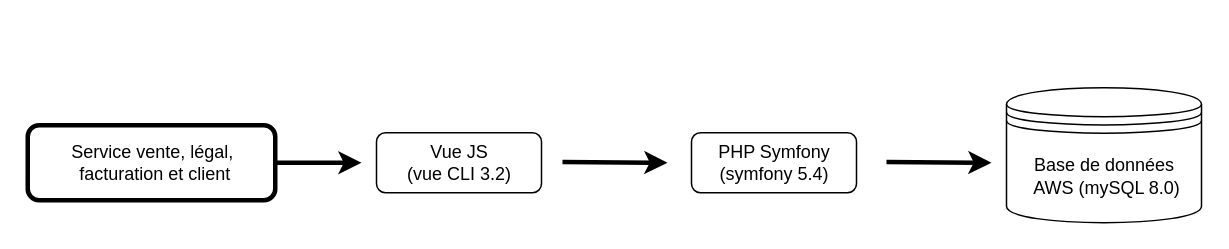
cjour/audit_logistics keeps this draw.io diagram as Copie de LAEDiagram.drawio. Above is the earlier version. Source tidied: cells renumbered, new cells numbered last; positions are measured from the earlier drawing's top-left corner, leaving out a move shared by most shapes. Both pictures are drawn from the tidied source at 150%, with x=0, y=0 at pixel (27, 87).
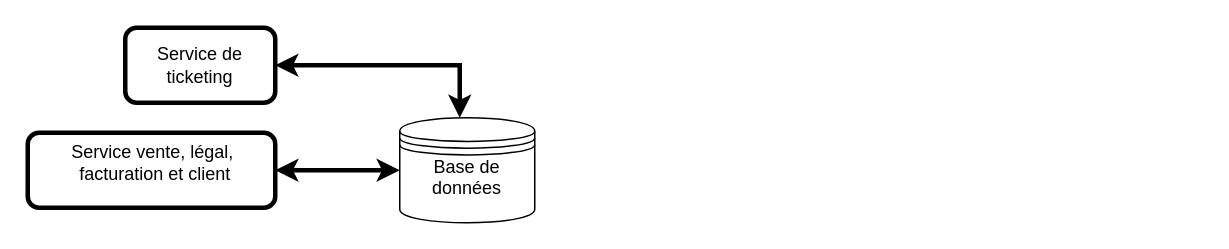
Above is the later version.

The edit, as a diff of the source:
```diff
@@
 <mxGraphModel>
   <root>
     <mxCell id="0" />
     <mxCell id="1" parent="0" />
     <mxCell id="2" value="&lt;div&gt;Service vente, légal,&lt;/div&gt;&lt;div&gt;&amp;nbsp;facturation et client&lt;/div&gt;" style="text;html=1;align=center;verticalAlign=middle;strokeColor=none;fillColor=none;" parent="1" vertex="1">
       <mxGeometry x="17.5" y="30" width="130" height="40" as="geometry" />
     </mxCell>
-    <mxCell id="3" value="&lt;div&gt;Vue JS &lt;br&gt;&lt;/div&gt;&lt;div&gt;(vue CLI 3.2)&lt;/div&gt;" style="rounded=1;whiteSpace=wrap;html=1;" parent="1" vertex="1">
-      <mxGeometry x="232.5" y="30" width="110" height="40" as="geometry" />
-    </mxCell>
-    <mxCell id="4" value="&lt;div&gt;PHP Symfony (symfony 5.4)&lt;/div&gt;" style="rounded=1;whiteSpace=wrap;html=1;" parent="1" vertex="1">
-      <mxGeometry x="442.5" y="30" width="110" height="40" as="geometry" />
-    </mxCell>
-    <mxCell id="5" value="&lt;div&gt;Base de données&lt;/div&gt;&lt;div&gt;&amp;nbsp;AWS (mySQL 8.0)&lt;br&gt;&lt;/div&gt;" style="shape=datastore;whiteSpace=wrap;html=1;" parent="1" vertex="1">
-      <mxGeometry x="652.5" width="130" height="90" as="geometry" />
+    <mxCell id="5" value="&lt;div&gt;Base de données&lt;/div&gt;&lt;div&gt;&amp;nbsp;&lt;br&gt;&lt;/div&gt;" style="shape=datastore;whiteSpace=wrap;html=1;" parent="1" vertex="1">
+      <mxGeometry x="248" y="20" width="90" height="70" as="geometry" />
     </mxCell>
     <mxCell id="6" style="rounded=1;whiteSpace=wrap;html=1;fontFamily=Helvetica;fontSize=12;strokeWidth=3;fillColor=none;" parent="1" vertex="1">
-      <mxGeometry y="25" width="165" height="50" as="geometry" />
+      <mxGeometry y="30" width="165" height="50" as="geometry" />
     </mxCell>
-    <mxCell id="7" style="endArrow=classic;html=1;rounded=0;fontFamily=Helvetica;fontSize=12;exitX=1;exitY=0.5;exitDx=0;exitDy=0;strokeWidth=3;" parent="1" edge="1" source="6">
-      <mxGeometry relative="1" as="geometry">
-        <mxPoint x="222.5" y="50" as="targetPoint" />
-      </mxGeometry>
+    <mxCell id="7" style="endArrow=classic;html=1;rounded=0;fontFamily=Helvetica;fontSize=12;exitX=1;exitY=0.5;exitDx=0;exitDy=0;strokeWidth=3;startArrow=classic;startFill=1;entryX=0;entryY=0.5;entryDx=0;entryDy=0;" parent="1" edge="1" source="6" target="5">
+      <mxGeometry relative="1" as="geometry" />
     </mxCell>
-    <mxCell id="8" style="endArrow=classic;html=1;rounded=0;fontFamily=Helvetica;fontSize=12;exitX=1;exitY=0.5;exitDx=0;exitDy=0;strokeWidth=3;" parent="1" edge="1">
-      <mxGeometry relative="1" as="geometry">
-        <mxPoint x="356.5" y="49.5" as="sourcePoint" />
-        <mxPoint x="426.5" y="50" as="targetPoint" />
-      </mxGeometry>
-    </mxCell>
-    <mxCell id="9" style="endArrow=classic;html=1;rounded=0;fontFamily=Helvetica;fontSize=12;exitX=1;exitY=0.5;exitDx=0;exitDy=0;strokeWidth=3;" parent="1" edge="1">
-      <mxGeometry relative="1" as="geometry">
-        <mxPoint x="572.5" y="49.5" as="sourcePoint" />
-        <mxPoint x="642.5" y="50" as="targetPoint" />
-      </mxGeometry>
-    </mxCell>
+    <mxCell id="10" value="&lt;div&gt;Service de &lt;br&gt;&lt;/div&gt;&lt;div&gt;ticketing&lt;/div&gt;" style="rounded=1;whiteSpace=wrap;html=1;fontFamily=Helvetica;fontSize=12;strokeWidth=3;fillColor=none;" parent="1" vertex="1">
+      <mxGeometry x="65" y="-40" width="100" height="50" as="geometry" />
+    </mxCell>
+    <mxCell id="11" style="endArrow=classic;html=1;rounded=0;fontFamily=Helvetica;fontSize=12;exitX=1;exitY=0.5;exitDx=0;exitDy=0;strokeWidth=3;startArrow=classic;startFill=1;" parent="1" edge="1" source="10">
+      <mxGeometry relative="1" as="geometry">
+        <mxPoint x="288" y="20" as="targetPoint" />
+        <Array as="points">
+          <mxPoint x="288" y="-15" />
+        </Array>
+      </mxGeometry>
+    </mxCell>
   </root>
 </mxGraphModel>
```
